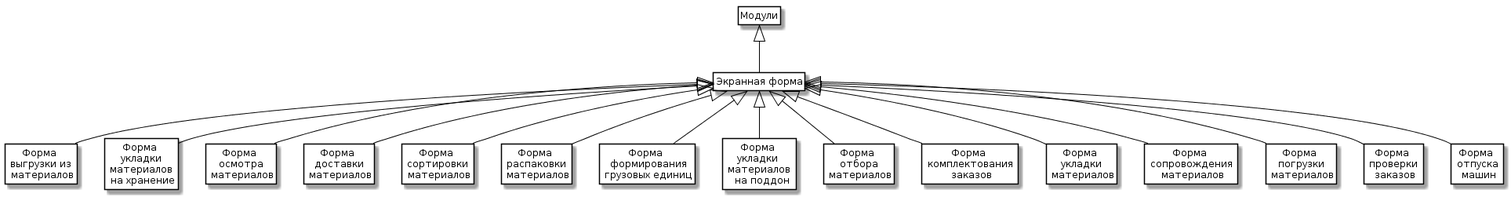
This is Moduli.png from StrazhevaEK/StrazhevaEK.github.io, a PlantUML export, as it was before one commit.
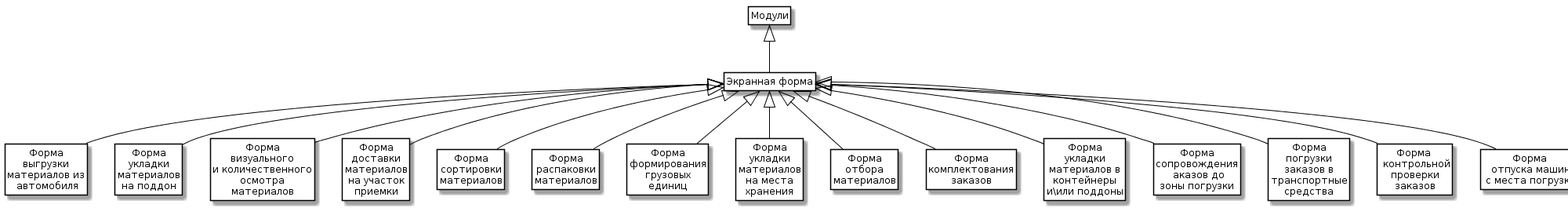
The same file after the commit.

Diff of the diagram source:
```diff
@@ -8,24 +8,24 @@
 
 class Window as "Экранная форма"
 
-class Vigruz as "Форма \n выгрузки из \n материалов"
-class Ukladka  as "Форма \n укладки \n материалов \n на хранение"
-class Osmotr as "Форма \n осмотра \n материалов"
-class Dost as "Форма \n доставки \n материалов"
+class Vigruz as "Форма\nвыгрузки\nматериалов из\n автомобиля"
+class Ukladka  as "Форма\nукладки\nматериалов\nна поддон"
+class Osmotr as "Форма\nвизуального\nи количественного\nосмотра\nматериалов"
+class Dost as "Форма\nдоставки\nматериалов\nна участок\nприемки"
 
-class Sort as "Форма \n сортировки \n материалов"
-class Raspakovka as "Форма \n распаковки \n материалов"
-class GruzEd as "Форма \n формирования\n грузовых единиц"
-class Uklad as "Форма \n укладки  \n материалов \n  на поддон"
+class Sort as "Форма\nсортировки\nматериалов"
+class Raspakovka as "Форма\nраспаковки\nматериалов"
+class GruzEd as "Форма\nформирования\nгрузовых\nединиц"
+class Uklad as "Форма\nукладки\nматериалов\nна места\nхранения"
 
-class Otbor as "Форма \n отбора \n материалов"
-class Komplect as "Форма \n комплектования \n заказов"
-class Uk as "Форма \n укладки \n материалов"
+class Otbor as "Форма\nотбора\nматериалов"
+class Komplect as "Форма\nкомплектования\nзаказов"
+class Uk as "Форма\nукладки\nматериалов в\nконтейнеры\nи\или поддоны"
 
-class Soprov as "Форма \n сопровождения \n материалов"
-class Pog as "Форма \n погрузки \n материалов"
-class Proverka as "Форма \n проверки \n заказов"
-class Otpusk as "Форма \n отпуска \n машин"
+class Soprov as "Форма\nсопровождения\n аказов до\nзоны погрузки"
+class Pog as "Форма\nпогрузки\nзаказов в\nтранспортные\nсредства"
+class Proverka as "Форма \n контрольной\nпроверки\nзаказов"
+class Otpusk as "Форма \n отпуска машин \n с места погрузки "
 
 Entity <|-- Window
 
```
